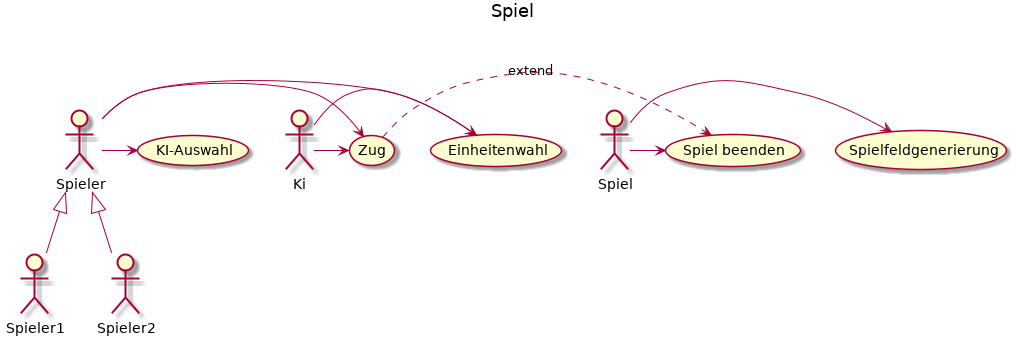
This is Design/OOA/Diagramme/Spiel.png from Vitja21/SE1PUE3, a PlantUML export, as it was before one commit. Its diagram source:
```plantuml
@startuml
title Spiel

:Spieler: as s
:Spieler1: as s1
:Spieler2: as s2
:Spiel: as sp
:Ki: as k

(KI-Auswahl) as (ki)
(Einheitenwahl) as (ea)
(Spielfeldgenerierung) as (sf)
(Zug) as (z)
(Spiel beenden) as (sb)

s <|-- s1
s <|-- s2

s -> (ki)
s -> (ea)
k -> (ea)
sp -> (sf)
s -> (z)
k -> (z)
(z) .> (sb) : extend
sp -> (sb)
@enduml
```
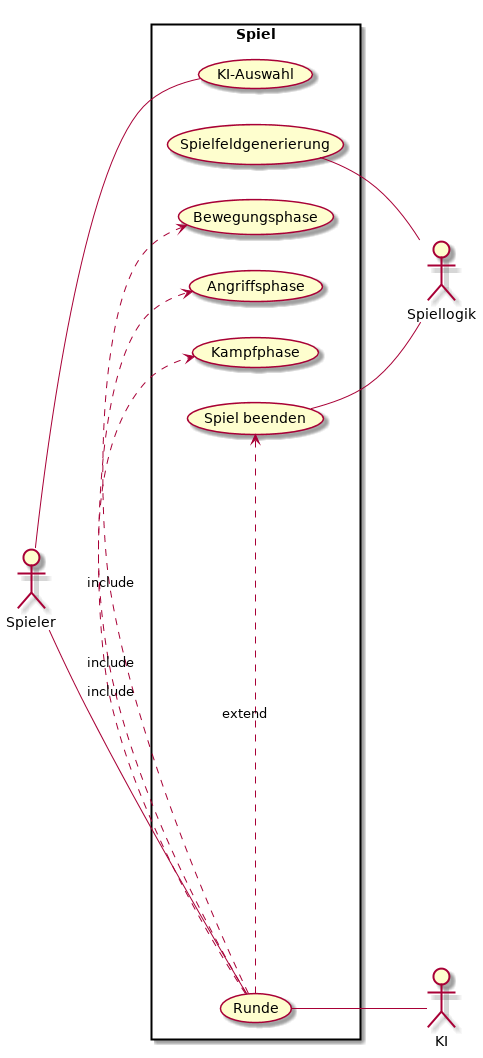
The same file after the commit.

Diff of the diagram source:
```diff
@@ -1,27 +1,21 @@
 @startuml
-title Spiel
+left to right direction
+skinparam packageStyle rectangle
 
-:Spieler: as s
-:Spieler1: as s1
-:Spieler2: as s2
-:Spiel: as sp
-:Ki: as k
+actor Spieler
+actor KI
+actor Spiellogik
 
-(KI-Auswahl) as (ki)
-(Einheitenwahl) as (ea)
-(Spielfeldgenerierung) as (sf)
-(Zug) as (z)
-(Spiel beenden) as (sb)
+rectangle Spiel {
+    Spieler - (KI-Auswahl)
+    (Spielfeldgenerierung) - Spiellogik
+    Spieler - (Runde)
+    (Runde) - KI
+    (Runde).>(Bewegungsphase):include
+    (Runde).>(Angriffsphase):include
+    (Runde).>(Kampfphase):include
+    (Runde).>(Spiel beenden):extend
+    (Spiel beenden) - Spiellogik
 
-s <|-- s1
-s <|-- s2
-
-s -> (ki)
-s -> (ea)
-k -> (ea)
-sp -> (sf)
-s -> (z)
-k -> (z)
-(z) .> (sb) : extend
-sp -> (sb)
+}
 @enduml
```
